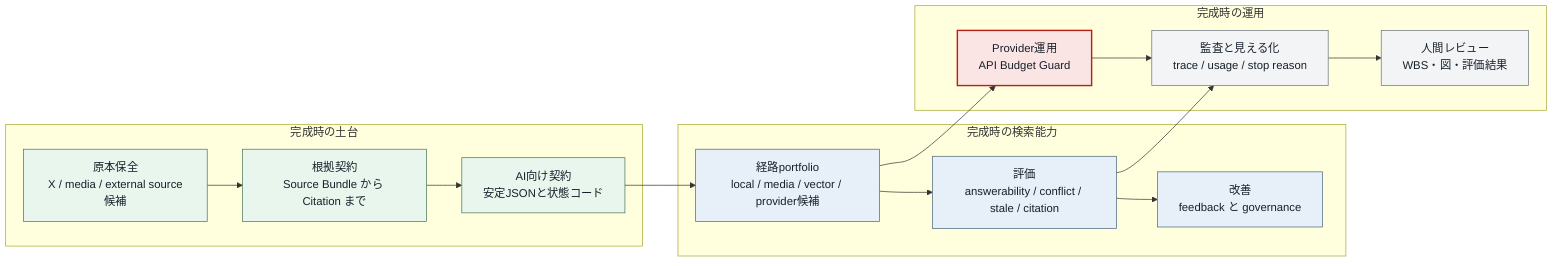
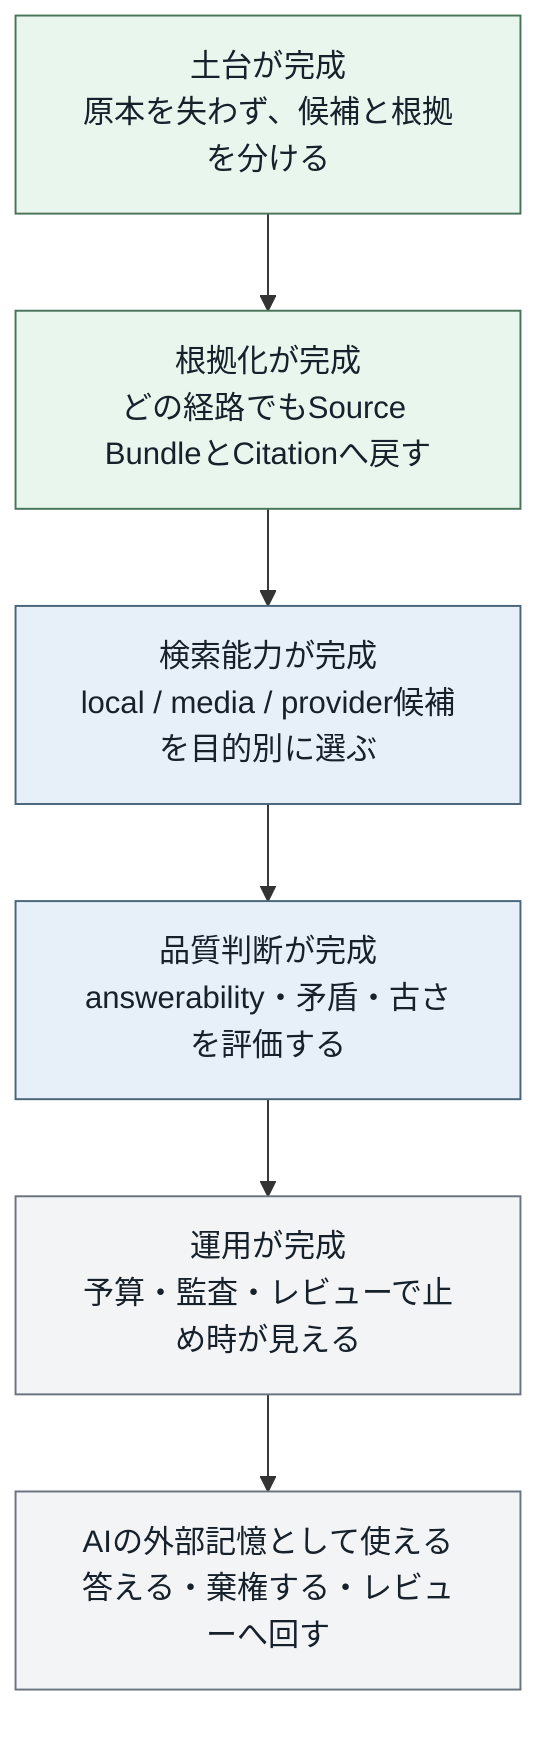
- flowchart LR
-   %% 完成形のWBS / ロードマップ図: 完了時に揃っているべき能力を見る
+ flowchart TB
+   %% 完成形のWBS / ロードマップ図: 完了時に主経路がどこまで成熟しているかを見る

  classDef foundation fill:#e9f6ee,stroke:#49745a,color:#17212b
  classDef capability fill:#e7f0f8,stroke:#49657a,color:#17212b
-   classDef gate fill:#fbe4e4,stroke:#b42318,color:#17212b,stroke-width:2px
  classDef operate fill:#f3f4f6,stroke:#6b7280,color:#17212b

-   subgraph foundation["完成時の土台"]
-     source["原本保全<br/>X / media / external source候補"]:::foundation
-     evidence["根拠契約<br/>Source Bundle から Citation まで"]:::foundation
-     api["AI向け契約<br/>安定JSONと状態コード"]:::foundation
-   end
+   foundation["土台が完成<br/>原本を失わず、候補と根拠を分ける"]:::foundation
+   evidence["根拠化が完成<br/>どの経路でもSource BundleとCitationへ戻す"]:::foundation
+   retrieval["検索能力が完成<br/>local / media / provider候補を目的別に選ぶ"]:::capability
+   quality["品質判断が完成<br/>answerability・矛盾・古さを評価する"]:::capability
+   operation["運用が完成<br/>予算・監査・レビューで止め時が見える"]:::operate
+   memory["AIの外部記憶として使える<br/>答える・棄権する・レビューへ回す"]:::operate

-   subgraph capability["完成時の検索能力"]
-     portfolio["経路portfolio<br/>local / media / vector / provider候補"]:::capability
-     eval["評価<br/>answerability / conflict / stale / citation"]:::capability
-     feedback["改善<br/>feedback と governance"]:::capability
-   end
- 
-   subgraph operations["完成時の運用"]
-     budget["Provider運用<br/>API Budget Guard"]:::gate
-     observe["監査と見える化<br/>trace / usage / stop reason"]:::operate
-     review["人間レビュー<br/>WBS・図・評価結果"]:::operate
-   end
- 
-   source --> evidence --> api
-   api --> portfolio --> eval --> feedback
-   portfolio --> budget --> observe
-   eval --> observe --> review
+   foundation --> evidence --> retrieval --> quality --> operation --> memory
